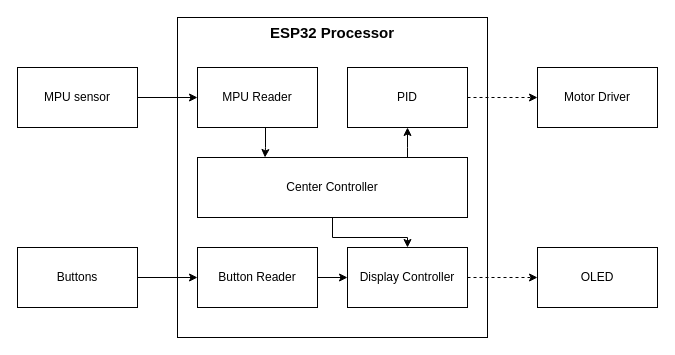
The draw.io diagram page "Sumary block" (1 of 3) of diagrams/SBR_blockDiagram.drawio in Vinh1222001/Self_balancing_Robot, before the edit. Source tidied: cells renumbered, new cells numbered last; positions are measured from the earlier drawing's top-left corner, leaving out a move shared by most shapes. Both pictures are drawn from the tidied source at 100%, with x=0, y=0 at pixel (17, 17).
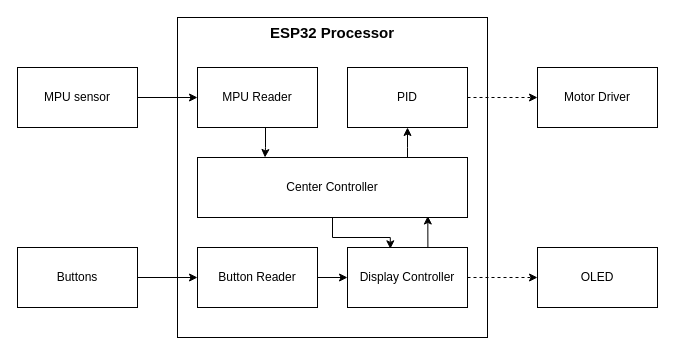
The same page after the edit.

Unchanged cells that the change refers to:
```xml
<mxCell id="12" value="Display Controller" style="rounded=0;whiteSpace=wrap;html=1;" parent="1" vertex="1">
  <mxGeometry x="330" y="230" width="120" height="60" as="geometry" />
</mxCell>
<mxCell id="15" value="Center Controller" style="rounded=0;whiteSpace=wrap;html=1;" parent="1" vertex="1">
  <mxGeometry x="180" y="140" width="270" height="60" as="geometry" />
</mxCell>
```

Change to the diagram source:
```diff
@@
+    <mxCell id="20" style="edgeStyle=orthogonalEdgeStyle;rounded=0;jettySize=auto;html=1;entryX=0.853;entryY=0.975;entryDx=0;entryDy=0;entryPerimeter=0;exitX=0.67;exitY=0.014;exitDx=0;exitDy=0;exitPerimeter=0;" parent="1" edge="1" source="12" target="15">
+      <mxGeometry relative="1" as="geometry" />
+    </mxCell>
@@
-    <mxCell id="13" style="edgeStyle=orthogonalEdgeStyle;rounded=0;jettySize=auto;html=1;" parent="1" edge="1" source="15" target="12">
+    <mxCell id="13" style="edgeStyle=orthogonalEdgeStyle;rounded=0;jettySize=auto;html=1;entryX=0.357;entryY=0.022;entryDx=0;entryDy=0;entryPerimeter=0;" parent="1" edge="1" source="15" target="12">
       <mxGeometry relative="1" as="geometry" />
     </mxCell>
```
